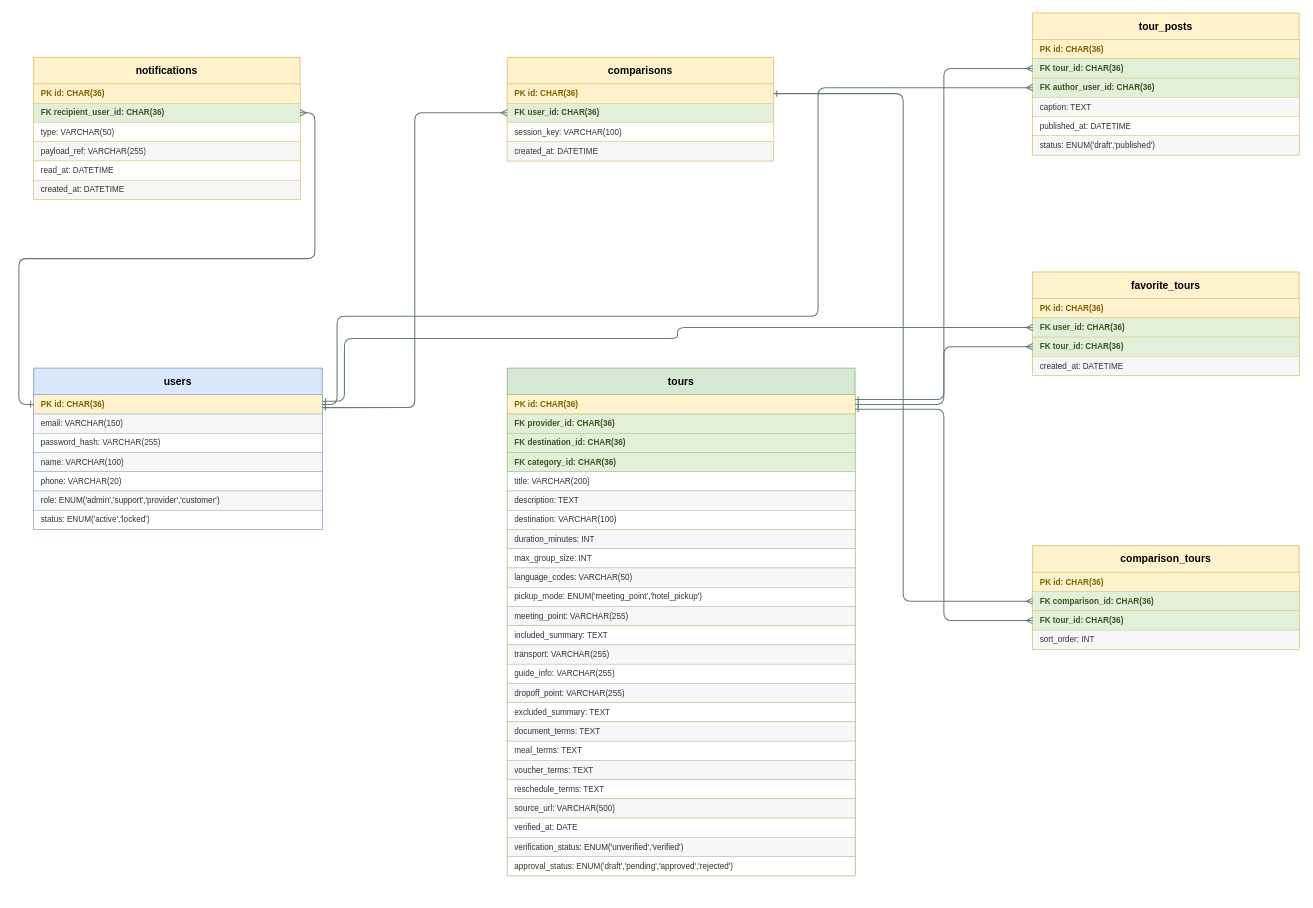
Earlier version of the draw.io diagram page "04 Engagement & Comparison" (4 of 5) of docs/diagram/localtour-erd.drawio (kannar04/LocalTour_Project). Source tidied: cells renumbered, new cells numbered last; positions are measured from the earlier drawing's top-left corner, leaving out a move shared by most shapes. Both pictures are drawn from the tidied source at 74%, with x=0, y=0 at pixel (33, 13).
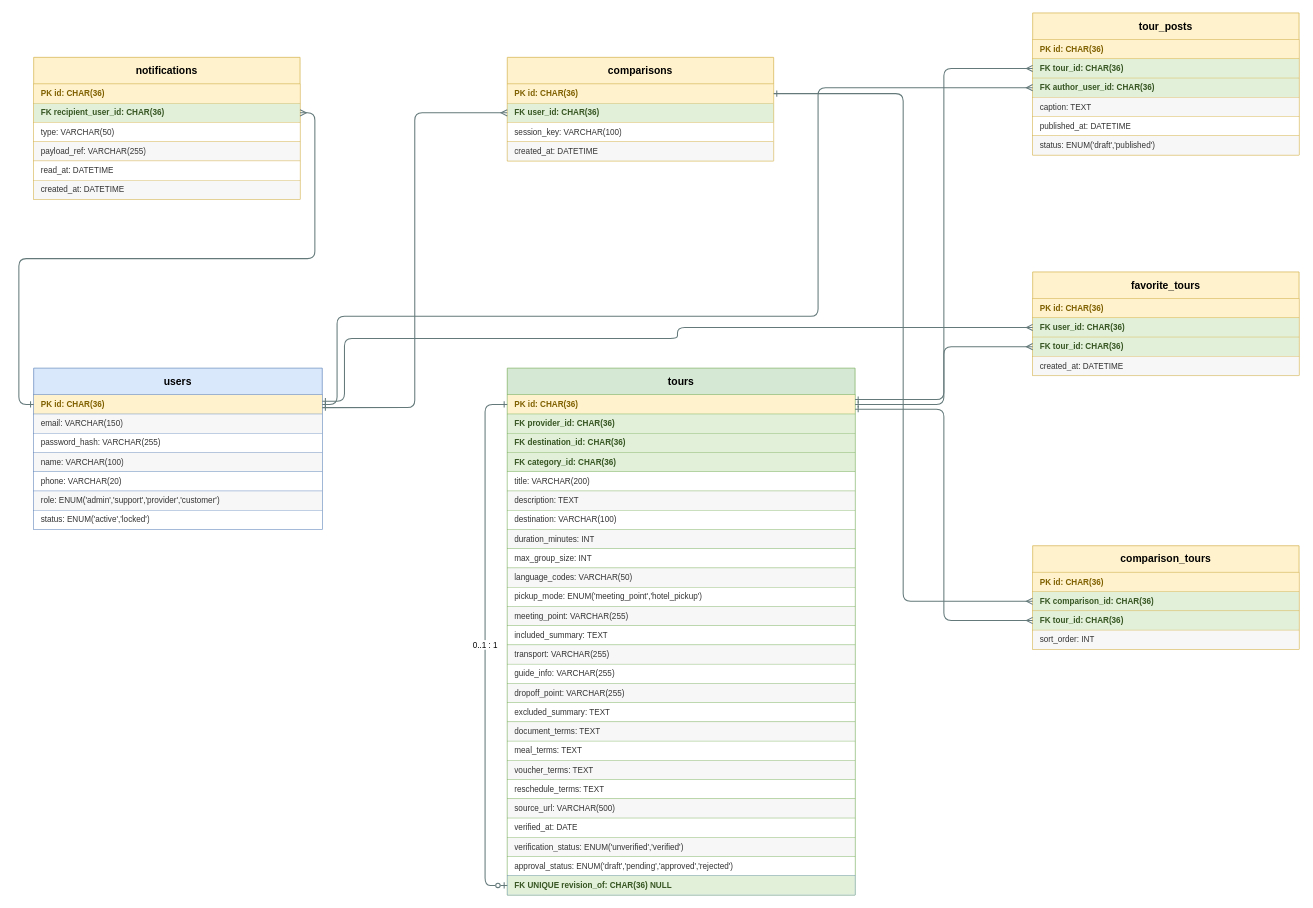
The same diagram, later.

Unchanged cells that the change refers to:
```xml
<mxCell id="40" value="PK id: CHAR(36)" style="text;html=1;align=left;verticalAlign=middle;spacingLeft=8;whiteSpace=wrap;overflow=hidden;fillColor=#fff2cc;strokeColor=#82b366;strokeWidth=0.5;fontSize=11;fontStyle=1;fontColor=#7f6000;" parent="39" vertex="1">
  <mxGeometry y="36" width="470" height="26" as="geometry" />
</mxCell>
```

What changed in the source:
```diff
@@
     <mxCell id="39" value="tours" style="swimlane;startSize=36;horizontal=1;rounded=0;html=1;whiteSpace=wrap;fontStyle=1;fontSize=14;align=center;verticalAlign=middle;fillColor=#d5e8d4;strokeColor=#82b366;swimlaneFillColor=#ffffff;" parent="1" vertex="1">
-      <mxGeometry x="640" y="480" width="470" height="686" as="geometry" />
+      <mxGeometry x="640" y="480" width="470" height="712" as="geometry" />
     </mxCell>
@@
+    <mxCell id="73" value="FK UNIQUE revision_of: CHAR(36) NULL" style="text;html=1;align=left;verticalAlign=middle;spacingLeft=8;whiteSpace=wrap;overflow=hidden;fillColor=#ffffff;strokeColor=#6c8ebf;strokeWidth=0.5;fontSize=11;fontColor=#333333;fillColor=#e2f0d9;fontStyle=1;fontColor=#375623;" parent="39" vertex="1">
+      <mxGeometry y="686" width="470" height="26" as="geometry" />
+    </mxCell>
+    <mxCell id="74" value="0..1 : 1" style="edgeStyle=orthogonalEdgeStyle;rounded=1;jettySize=auto;html=1;strokeWidth=1.4;strokeColor=#64797A;startArrow=ERzeroToOne;startFill=0;endArrow=ERone;endFill=0;exitX=0;exitY=0.5;entryX=0;entryY=0.5;" parent="1" edge="1" source="73" target="40">
+      <mxGeometry relative="1" as="geometry">
+        <Array as="points">
+          <mxPoint x="610" y="1179" />
+          <mxPoint x="610" y="529" />
+        </Array>
+      </mxGeometry>
+    </mxCell>
```
